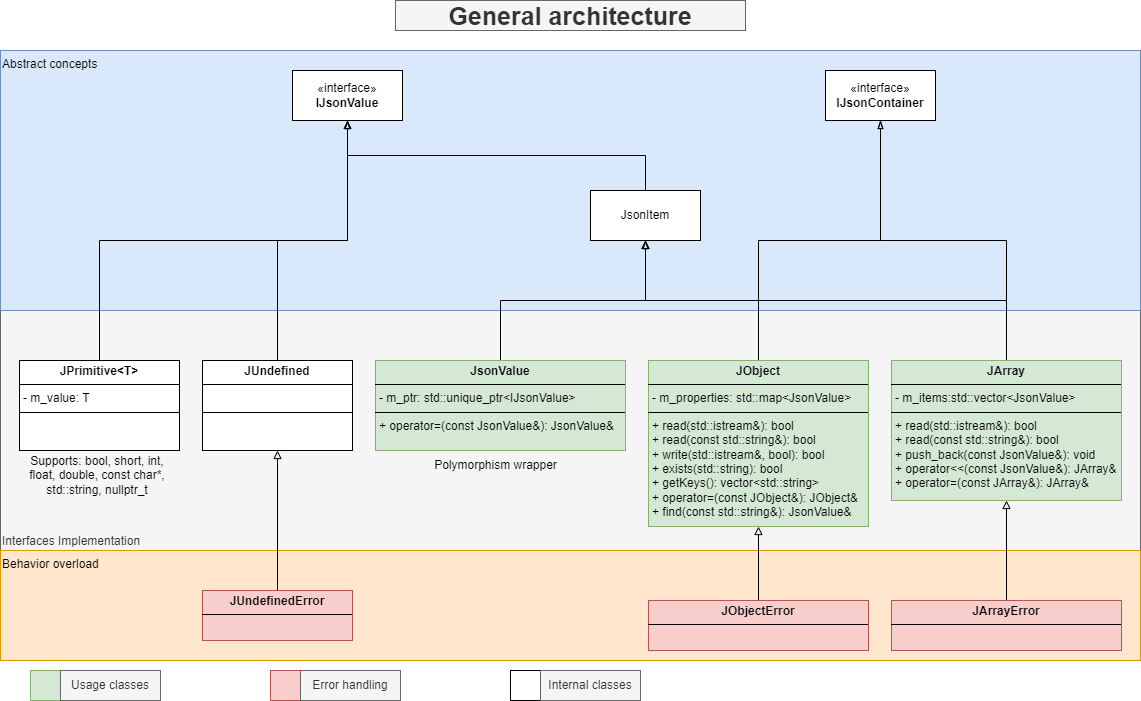
Earlier version of the draw.io export resources/general_architecture.png (mtiberghien/JsonIO). Source tidied: cells renumbered, new cells last; positions are measured from the earlier drawing's top-left corner, leaving out a move shared by most shapes.
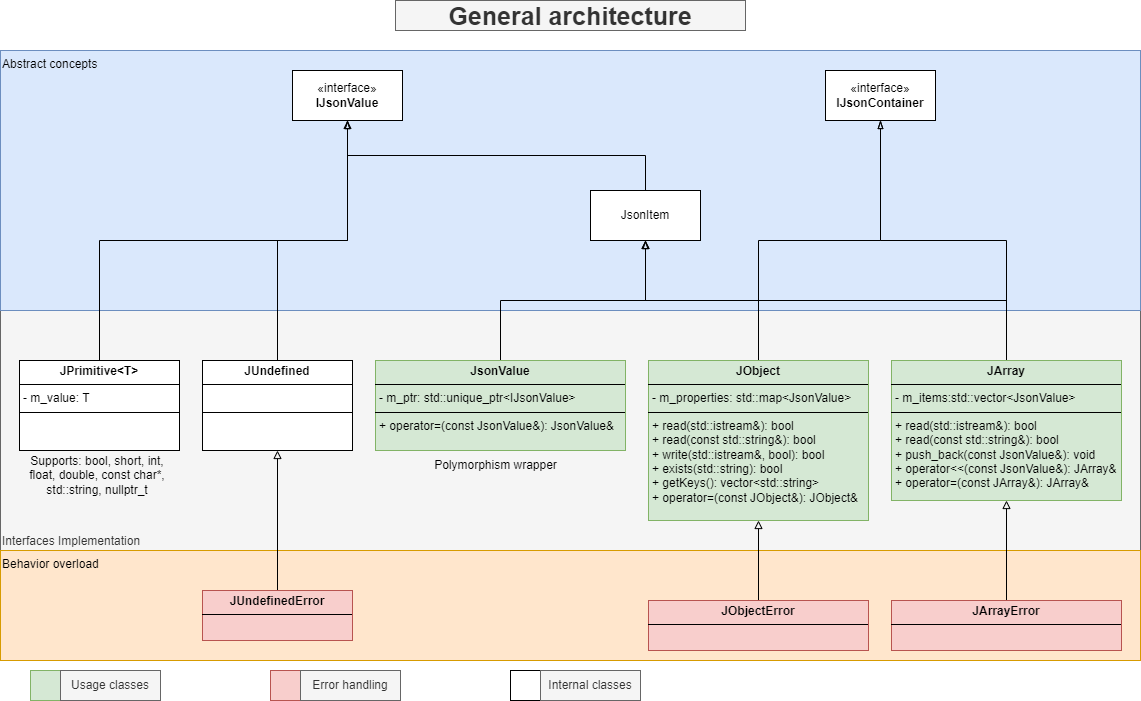
The same file after the commit.

Change to the diagram source:
```diff
@@ -23,8 +23,8 @@
     <mxCell id="8" style="edgeStyle=orthogonalEdgeStyle;rounded=0;jettySize=auto;html=1;exitX=0.5;exitY=0;exitDx=0;exitDy=0;endArrow=blockThin;endFill=0;" parent="1" edge="1" source="9" target="25">
       <mxGeometry relative="1" as="geometry" />
     </mxCell>
-    <mxCell id="9" value="&lt;p style=&quot;margin:0px;margin-top:4px;text-align:center;&quot;&gt;&lt;b&gt;JObject&lt;/b&gt;&lt;/p&gt;&lt;hr size=&quot;1&quot; style=&quot;border-style:solid;&quot;&gt;&lt;p style=&quot;margin:0px;margin-left:4px;&quot;&gt;- m_properties: std::map&amp;lt;JsonValue&amp;gt;&lt;/p&gt;&lt;hr size=&quot;1&quot; style=&quot;border-style:solid;&quot;&gt;&lt;p style=&quot;margin:0px;margin-left:4px;&quot;&gt;+ read(std::istream&amp;amp;): bool&lt;/p&gt;&lt;p style=&quot;margin:0px;margin-left:4px;&quot;&gt;+ read(const std::string&amp;amp;): bool&lt;/p&gt;&lt;p style=&quot;margin:0px;margin-left:4px;&quot;&gt;+ write(std::istream&amp;amp;, bool): bool&lt;/p&gt;&lt;p style=&quot;margin:0px;margin-left:4px;&quot;&gt;+ exists(std::string): bool&lt;/p&gt;&lt;p style=&quot;margin:0px;margin-left:4px;&quot;&gt;+ getKeys(): vector&amp;lt;std::string&amp;gt;&lt;/p&gt;&lt;p style=&quot;margin:0px;margin-left:4px;&quot;&gt;+ operator=(const JObject&amp;amp;): JObject&amp;amp;&lt;/p&gt;&lt;p style=&quot;margin:0px;margin-left:4px;&quot;&gt;+ find(const std::string&amp;amp;): JsonValue&amp;amp;&lt;/p&gt;&lt;p style=&quot;margin:0px;margin-left:4px;&quot;&gt;&lt;br&gt;&lt;/p&gt;" style="verticalAlign=top;align=left;overflow=fill;html=1;whiteSpace=wrap;fillColor=#d5e8d4;strokeColor=#82b366;" parent="1" vertex="1">
-      <mxGeometry x="648" y="360" width="220" height="166" as="geometry" />
+    <mxCell id="9" value="&lt;p style=&quot;margin:0px;margin-top:4px;text-align:center;&quot;&gt;&lt;b&gt;JObject&lt;/b&gt;&lt;/p&gt;&lt;hr size=&quot;1&quot; style=&quot;border-style:solid;&quot;&gt;&lt;p style=&quot;margin:0px;margin-left:4px;&quot;&gt;- m_properties: std::map&amp;lt;JsonValue&amp;gt;&lt;/p&gt;&lt;hr size=&quot;1&quot; style=&quot;border-style:solid;&quot;&gt;&lt;p style=&quot;margin:0px;margin-left:4px;&quot;&gt;+ read(std::istream&amp;amp;): bool&lt;/p&gt;&lt;p style=&quot;margin:0px;margin-left:4px;&quot;&gt;+ read(const std::string&amp;amp;): bool&lt;/p&gt;&lt;p style=&quot;margin:0px;margin-left:4px;&quot;&gt;+ write(std::istream&amp;amp;, bool): bool&lt;/p&gt;&lt;p style=&quot;margin:0px;margin-left:4px;&quot;&gt;+ exists(std::string): bool&lt;/p&gt;&lt;p style=&quot;margin:0px;margin-left:4px;&quot;&gt;+ getKeys(): vector&amp;lt;std::string&amp;gt;&lt;/p&gt;&lt;p style=&quot;margin:0px;margin-left:4px;&quot;&gt;+ operator=(const JObject&amp;amp;): JObject&amp;amp;&lt;/p&gt;&lt;p style=&quot;margin:0px;margin-left:4px;&quot;&gt;&lt;br&gt;&lt;/p&gt;&lt;p style=&quot;margin:0px;margin-left:4px;&quot;&gt;&lt;br&gt;&lt;/p&gt;" style="verticalAlign=top;align=left;overflow=fill;html=1;whiteSpace=wrap;fillColor=#d5e8d4;strokeColor=#82b366;" parent="1" vertex="1">
+      <mxGeometry x="648" y="360" width="220" height="160" as="geometry" />
     </mxCell>
     <mxCell id="10" style="edgeStyle=orthogonalEdgeStyle;rounded=0;jettySize=auto;html=1;exitX=0.5;exitY=0;exitDx=0;exitDy=0;endArrow=blockThin;endFill=0;" parent="1" edge="1" source="12" target="26">
       <mxGeometry relative="1" as="geometry" />
```
